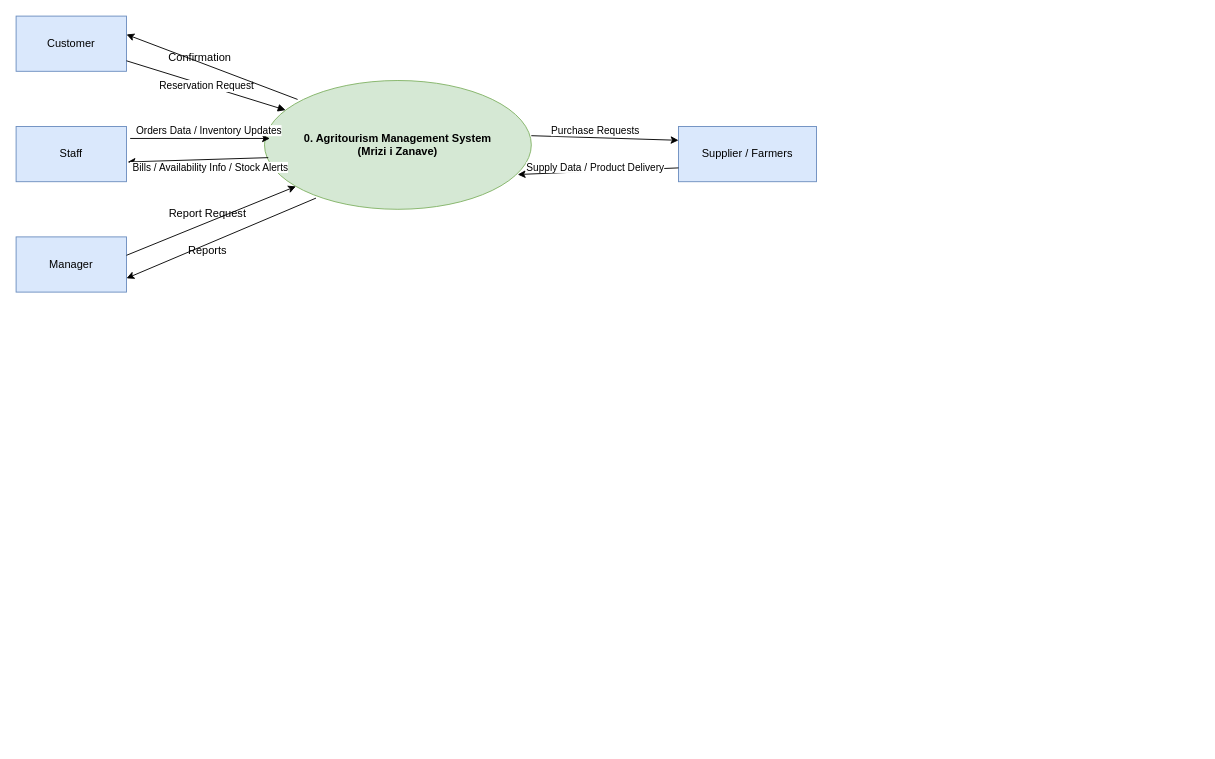
Earlier version of the draw.io diagram Diagrams/DFD Level 0 Diagram.drawio (bajram-haxhiu/AgriSoft). Source tidied: cells renumbered, new cells numbered last; positions are measured from the earlier drawing's top-left corner, leaving out a move shared by most shapes. Both pictures are drawn from the tidied source at 92%, with x=0, y=0 at pixel (16, 16).
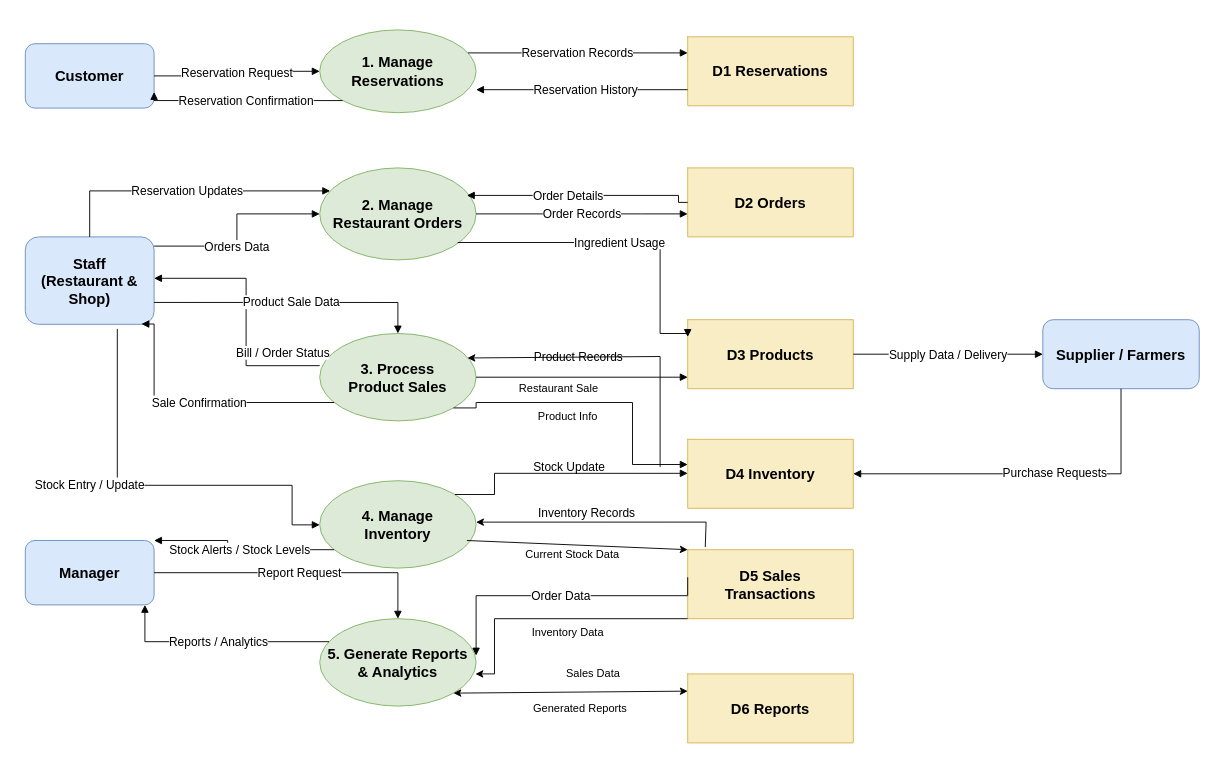
The same diagram, later.

Commit message:
Update DFD Level 1 Diagram.drawio

The edit, as a diff of the source:
```diff
@@
-    <mxCell id="2" value="Customer" style="shape=rectangle;whiteSpace=wrap;html=1;fillColor=#dae8fc;strokeColor=#6c8ebf;" parent="1" vertex="1">
-      <mxGeometry width="120" height="60" as="geometry" />
+    <mxCell id="2" value="Customer" style="rounded=1;whiteSpace=wrap;html=1;fillColor=#d9e8fb;strokeColor=#6c8ebf;fontSize=16;fontStyle=1;" parent="1" vertex="1">
+      <mxGeometry x="10" y="30" width="140" height="70" as="geometry" />
     </mxCell>
-    <mxCell id="3" value="Staff" style="shape=rectangle;whiteSpace=wrap;html=1;fillColor=#dae8fc;strokeColor=#6c8ebf;" parent="1" vertex="1">
-      <mxGeometry y="120" width="120" height="60" as="geometry" />
-    </mxCell>
+    <mxCell id="22" value="Staff&#10;(Restaurant &amp; Shop)" style="rounded=1;whiteSpace=wrap;html=1;fillColor=#d9e8fb;strokeColor=#6c8ebf;fontSize=16;fontStyle=1;" parent="1" vertex="1">
+      <mxGeometry x="10" y="240" width="140" height="95" as="geometry" />
+    </mxCell>
-    <mxCell id="4" value="Manager" style="shape=rectangle;whiteSpace=wrap;html=1;fillColor=#dae8fc;strokeColor=#6c8ebf;" parent="1" vertex="1">
-      <mxGeometry y="240" width="120" height="60" as="geometry" />
+    <mxCell id="4" value="Manager" style="rounded=1;whiteSpace=wrap;html=1;fillColor=#d9e8fb;strokeColor=#6c8ebf;fontSize=16;fontStyle=1;" parent="1" vertex="1">
+      <mxGeometry x="10" y="570" width="140" height="70" as="geometry" />
     </mxCell>
-    <mxCell id="5" value="Supplier / Farmers" style="shape=rectangle;whiteSpace=wrap;html=1;fillColor=#dae8fc;strokeColor=#6c8ebf;" parent="1" vertex="1">
-      <mxGeometry x="720" y="120" width="150" height="60" as="geometry" />
+    <mxCell id="5" value="Supplier / Farmers" style="rounded=1;whiteSpace=wrap;html=1;fillColor=#d9e8fb;strokeColor=#6c8ebf;fontSize=16;fontStyle=1;" parent="1" vertex="1">
+      <mxGeometry x="1116" y="330" width="170" height="75" as="geometry" />
     </mxCell>
-    <mxCell id="6" value="0. Agritourism Management System&#10;(Mrizi i Zanave)" style="ellipse;whiteSpace=wrap;html=1;fillColor=#d5e8d4;strokeColor=#82b366;fontStyle=1;" parent="1" vertex="1">
-      <mxGeometry x="270" y="70" width="290" height="140" as="geometry" />
-    </mxCell>
+    <mxCell id="23" value="1. Manage&#10;Reservations" style="ellipse;whiteSpace=wrap;html=1;fillColor=#dcead7;strokeColor=#82b366;fontSize=16;fontStyle=1;" parent="1" vertex="1">
+      <mxGeometry x="330" y="15" width="170" height="90" as="geometry" />
+    </mxCell>
+    <mxCell id="24" value="2. Manage&#10;Restaurant Orders" style="ellipse;whiteSpace=wrap;html=1;fillColor=#dcead7;strokeColor=#82b366;fontSize=16;fontStyle=1;" parent="1" vertex="1">
+      <mxGeometry x="330" y="165" width="170" height="100" as="geometry" />
+    </mxCell>
+    <mxCell id="25" value="3. Process&#10;Product Sales" style="ellipse;whiteSpace=wrap;html=1;fillColor=#dcead7;strokeColor=#82b366;fontSize=16;fontStyle=1;" parent="1" vertex="1">
+      <mxGeometry x="330" y="345" width="170" height="95" as="geometry" />
+    </mxCell>
+    <mxCell id="26" value="4. Manage&#10;Inventory" style="ellipse;whiteSpace=wrap;html=1;fillColor=#dcead7;strokeColor=#82b366;fontSize=16;fontStyle=1;" parent="1" vertex="1">
+      <mxGeometry x="330" y="505" width="170" height="95" as="geometry" />
+    </mxCell>
+    <mxCell id="27" value="5. Generate Reports&#10;&amp; Analytics" style="ellipse;whiteSpace=wrap;html=1;fillColor=#dcead7;strokeColor=#82b366;fontSize=16;fontStyle=1;" parent="1" vertex="1">
+      <mxGeometry x="330" y="655" width="170" height="95" as="geometry" />
+    </mxCell>
+    <mxCell id="28" value="D1 Reservations" style="shape=partialRectangle;whiteSpace=wrap;html=1;fillColor=#f9edc6;strokeColor=#d6b656;fontSize=16;fontStyle=1;" parent="1" vertex="1">
+      <mxGeometry x="730" y="22.5" width="180" height="75" as="geometry" />
+    </mxCell>
+    <mxCell id="29" value="D2 Orders" style="shape=partialRectangle;whiteSpace=wrap;html=1;fillColor=#f9edc6;strokeColor=#d6b656;fontSize=16;fontStyle=1;" parent="1" vertex="1">
+      <mxGeometry x="730" y="165" width="180" height="75" as="geometry" />
+    </mxCell>
+    <mxCell id="30" value="D3 Products" style="shape=partialRectangle;whiteSpace=wrap;html=1;fillColor=#f9edc6;strokeColor=#d6b656;fontSize=16;fontStyle=1;" parent="1" vertex="1">
+      <mxGeometry x="730" y="330" width="180" height="75" as="geometry" />
+    </mxCell>
+    <mxCell id="31" value="D4 Inventory" style="shape=partialRectangle;whiteSpace=wrap;html=1;fillColor=#f9edc6;strokeColor=#d6b656;fontSize=16;fontStyle=1;" parent="1" vertex="1">
+      <mxGeometry x="730" y="460" width="180" height="75" as="geometry" />
+    </mxCell>
+    <mxCell id="32" value="D5 Sales&#10;Transactions" style="shape=partialRectangle;whiteSpace=wrap;html=1;fillColor=#f9edc6;strokeColor=#d6b656;fontSize=16;fontStyle=1;" parent="1" vertex="1">
+      <mxGeometry x="730" y="580" width="180" height="75" as="geometry" />
+    </mxCell>
-    <mxCell id="7" value="Reservation Request" style="endArrow=block;html=1;rounded=0;" parent="1" edge="1" source="2" target="6">
+    <mxCell id="7" value="Reservation Request" style="edgeStyle=orthogonalEdgeStyle;rounded=0;jettySize=auto;html=1;endArrow=block;fontSize=13;" parent="1" edge="1" source="2" target="23">
       <mxGeometry relative="1" as="geometry" />
     </mxCell>
-    <mxCell id="8" style="endArrow=classic;html=1;rounded=0;entryX=1;entryY=0.5;entryDx=0;entryDy=0;exitX=0.124;exitY=0.147;exitDx=0;exitDy=0;exitPerimeter=0;" parent="1" edge="1" source="6">
-      <mxGeometry relative="1" as="geometry">
-        <mxPoint x="120" y="20" as="targetPoint" />
-      </mxGeometry>
-    </mxCell>
-    <mxCell id="9" value="Confirmation" style="text;html=1;whiteSpace=wrap;strokeColor=none;fillColor=none;align=center;verticalAlign=middle;rounded=0;" parent="1" vertex="1">
-      <mxGeometry x="170" y="30" width="60" height="30" as="geometry" />
-    </mxCell>
-    <mxCell id="10" style="endArrow=classic;html=1;rounded=0;entryX=0.006;entryY=0.364;entryDx=0;entryDy=0;entryPerimeter=0;" parent="1" edge="1">
-      <mxGeometry relative="1" as="geometry">
-        <mxPoint x="124" y="133" as="sourcePoint" />
-        <mxPoint x="275.9" y="133" as="targetPoint" />
-      </mxGeometry>
-    </mxCell>
-    <mxCell id="11" style="endArrow=classic;html=1;rounded=0;entryX=1.01;entryY=0.643;entryDx=0;entryDy=0;entryPerimeter=0;exitX=0.014;exitY=0.599;exitDx=0;exitDy=0;exitPerimeter=0;" parent="1" edge="1" source="6" target="3">
-      <mxGeometry relative="1" as="geometry" />
-    </mxCell>
-    <mxCell id="12" style="endArrow=classic;html=1;rounded=0;entryX=1;entryY=0.75;entryDx=0;entryDy=0;exitX=0.193;exitY=0.913;exitDx=0;exitDy=0;exitPerimeter=0;" parent="1" edge="1" source="6" target="4">
-      <mxGeometry relative="1" as="geometry" />
-    </mxCell>
-    <mxCell id="13" style="endArrow=classic;html=1;rounded=0;entryX=0;entryY=0.25;entryDx=0;entryDy=0;" parent="1" edge="1" target="5">
-      <mxGeometry relative="1" as="geometry">
-        <mxPoint x="560" y="130" as="sourcePoint" />
-      </mxGeometry>
-    </mxCell>
-    <mxCell id="14" style="endArrow=classic;html=1;rounded=0;exitX=0;exitY=0.75;exitDx=0;exitDy=0;entryX=0.949;entryY=0.73;entryDx=0;entryDy=0;entryPerimeter=0;" parent="1" edge="1" source="5" target="6">
-      <mxGeometry relative="1" as="geometry" />
-    </mxCell>
-    <mxCell id="15" value="&lt;span style=&quot;font-size: 11px; white-space: nowrap; background-color: rgb(255, 255, 255);&quot;&gt;&amp;nbsp;Bills / Availability Info / Stock Alerts&lt;/span&gt;" style="text;html=1;whiteSpace=wrap;strokeColor=none;fillColor=none;align=center;verticalAlign=middle;rounded=0;" parent="1" vertex="1">
-      <mxGeometry x="180" y="150" width="60" height="30" as="geometry" />
-    </mxCell>
-    <mxCell id="16" value="&lt;span style=&quot;font-size: 11px; white-space: nowrap; background-color: rgb(255, 255, 255);&quot;&gt;Orders&amp;nbsp;&lt;/span&gt;&lt;span style=&quot;background-color: light-dark(rgb(255, 255, 255), rgb(18, 18, 18)); font-size: 11px; white-space: nowrap; color: light-dark(rgb(0, 0, 0), rgb(255, 255, 255));&quot;&gt;Data / Inventory Updates&lt;/span&gt;" style="text;html=1;whiteSpace=wrap;strokeColor=none;fillColor=none;align=center;verticalAlign=middle;rounded=0;" parent="1" vertex="1">
-      <mxGeometry x="180" y="110" width="60" height="30" as="geometry" />
-    </mxCell>
+    <mxCell id="33" value="Reservation Confirmation" style="edgeStyle=orthogonalEdgeStyle;rounded=0;jettySize=auto;html=1;endArrow=block;fontSize=13;exitX=0;exitY=1;exitDx=0;exitDy=0;entryX=1;entryY=0.75;entryDx=0;entryDy=0;" parent="1" edge="1" source="23" target="2">
+      <mxGeometry x="-0.02" relative="1" as="geometry">
+        <Array as="points">
+          <mxPoint x="150" y="92" />
+        </Array>
+      </mxGeometry>
+    </mxCell>
+    <mxCell id="34" value="Reservation Updates" style="edgeStyle=orthogonalEdgeStyle;rounded=0;jettySize=auto;html=1;endArrow=block;fontSize=13;" parent="1" edge="1" source="22" target="24">
+      <mxGeometry relative="1" as="geometry">
+        <Array as="points">
+          <mxPoint x="80" y="190" />
+        </Array>
+      </mxGeometry>
+    </mxCell>
+    <mxCell id="35" value="Orders Data" style="edgeStyle=orthogonalEdgeStyle;rounded=0;jettySize=auto;html=1;endArrow=block;fontSize=13;" parent="1" edge="1" source="22" target="24">
+      <mxGeometry x="-0.16" relative="1" as="geometry">
+        <Array as="points">
+          <mxPoint x="240" y="250" />
+          <mxPoint x="240" y="215" />
+        </Array>
+        <mxPoint y="1" as="offset" />
+      </mxGeometry>
+    </mxCell>
+    <mxCell id="36" value="Bill / Order Status" style="edgeStyle=orthogonalEdgeStyle;rounded=0;jettySize=auto;html=1;endArrow=block;fontSize=13;exitX=0;exitY=0.368;exitDx=0;exitDy=0;exitPerimeter=0;" parent="1" edge="1" source="25" target="22">
+      <mxGeometry x="-0.32" y="-40" relative="1" as="geometry">
+        <Array as="points">
+          <mxPoint x="250" y="380" />
+          <mxPoint x="250" y="285" />
+        </Array>
+      </mxGeometry>
+    </mxCell>
+    <mxCell id="37" value="Product Sale Data" style="edgeStyle=orthogonalEdgeStyle;rounded=0;jettySize=auto;html=1;endArrow=block;fontSize=13;exitX=1;exitY=0.75;exitDx=0;exitDy=0;" parent="1" edge="1" source="22" target="25">
+      <mxGeometry relative="1" as="geometry" />
+    </mxCell>
+    <mxCell id="38" value="Sale Confirmation" style="edgeStyle=orthogonalEdgeStyle;rounded=0;jettySize=auto;html=1;endArrow=block;fontSize=13;entryX=0.902;entryY=0.997;entryDx=0;entryDy=0;entryPerimeter=0;" parent="1" edge="1" source="25" target="22">
+      <mxGeometry relative="1" as="geometry">
+        <Array as="points">
+          <mxPoint x="150" y="420" />
+          <mxPoint x="150" y="335" />
+        </Array>
+      </mxGeometry>
+    </mxCell>
+    <mxCell id="39" value="Stock Entry / Update" style="edgeStyle=orthogonalEdgeStyle;rounded=0;jettySize=auto;html=1;endArrow=block;fontSize=13;" parent="1" edge="1" target="26">
+      <mxGeometry x="-0.22" y="-30" relative="1" as="geometry">
+        <mxPoint x="110" y="340" as="sourcePoint" />
+        <Array as="points">
+          <mxPoint x="110" y="510" />
+          <mxPoint x="300" y="510" />
+          <mxPoint x="300" y="553" />
+        </Array>
+      </mxGeometry>
+    </mxCell>
+    <mxCell id="40" value="Stock Alerts / Stock Levels" style="edgeStyle=orthogonalEdgeStyle;rounded=0;jettySize=auto;html=1;endArrow=block;fontSize=13;entryX=1;entryY=0;entryDx=0;entryDy=0;" parent="1" edge="1" source="26" target="4">
+      <mxGeometry relative="1" as="geometry">
+        <Array as="points">
+          <mxPoint x="230" y="580" />
+          <mxPoint x="230" y="570" />
+        </Array>
+      </mxGeometry>
+    </mxCell>
+    <mxCell id="19" value="Report Request" style="edgeStyle=orthogonalEdgeStyle;rounded=0;jettySize=auto;html=1;endArrow=block;fontSize=13;" parent="1" edge="1" source="4" target="27">
+      <mxGeometry relative="1" as="geometry" />
+    </mxCell>
+    <mxCell id="41" value="Reports / Analytics" style="edgeStyle=orthogonalEdgeStyle;rounded=0;jettySize=auto;html=1;endArrow=block;fontSize=13;" parent="1" edge="1" source="27" target="4">
+      <mxGeometry relative="1" as="geometry">
+        <Array as="points">
+          <mxPoint x="140" y="680" />
+        </Array>
+      </mxGeometry>
+    </mxCell>
+    <mxCell id="42" value="Reservation Records" style="edgeStyle=orthogonalEdgeStyle;rounded=0;jettySize=auto;html=1;endArrow=block;fontSize=13;" parent="1" edge="1" source="23" target="28">
+      <mxGeometry relative="1" as="geometry">
+        <Array as="points">
+          <mxPoint x="690" y="40" />
+          <mxPoint x="690" y="40" />
+        </Array>
+      </mxGeometry>
+    </mxCell>
+    <mxCell id="43" value="Reservation History" style="edgeStyle=orthogonalEdgeStyle;rounded=0;orthogonalLoop=1;jettySize=auto;html=1;endArrow=block;fontSize=13;" parent="1" edge="1">
+      <mxGeometry x="-0.04" relative="1" as="geometry">
+        <mxPoint x="730" y="80" as="sourcePoint" />
+        <mxPoint x="500" y="80" as="targetPoint" />
+        <mxPoint x="-1" as="offset" />
+      </mxGeometry>
+    </mxCell>
+    <mxCell id="44" value="Order Records" style="edgeStyle=orthogonalEdgeStyle;rounded=0;jettySize=auto;html=1;endArrow=block;fontSize=13;" parent="1" edge="1" source="24" target="29">
+      <mxGeometry relative="1" as="geometry">
+        <Array as="points">
+          <mxPoint x="680" y="215" />
+          <mxPoint x="680" y="215" />
+        </Array>
+      </mxGeometry>
+    </mxCell>
+    <mxCell id="45" value="Order Details" style="edgeStyle=orthogonalEdgeStyle;rounded=0;jettySize=auto;html=1;endArrow=block;fontSize=13;exitX=0;exitY=0.5;exitDx=0;exitDy=0;" parent="1" edge="1" source="29">
+      <mxGeometry x="0.11" relative="1" as="geometry">
+        <mxPoint x="490" y="194.9" as="targetPoint" />
+        <Array as="points">
+          <mxPoint x="720" y="203" />
+          <mxPoint x="720" y="195" />
+        </Array>
+        <mxPoint x="-1" as="offset" />
+      </mxGeometry>
+    </mxCell>
+    <mxCell id="46" value="Ingredient Usage" style="edgeStyle=orthogonalEdgeStyle;rounded=0;jettySize=auto;html=1;endArrow=block;fontSize=13;entryX=0;entryY=0.25;entryDx=0;entryDy=0;curved=0;" parent="1" edge="1" target="30">
+      <mxGeometry relative="1" as="geometry">
+        <mxPoint x="480" y="246.1" as="sourcePoint" />
+        <Array as="points">
+          <mxPoint x="700" y="246" />
+          <mxPoint x="700" y="345" />
+          <mxPoint x="730" y="345" />
+        </Array>
+      </mxGeometry>
+    </mxCell>
+    <mxCell id="47" value="Product Records" style="edgeStyle=orthogonalEdgeStyle;rounded=0;jettySize=auto;html=1;endArrow=block;fontSize=13;" parent="1" edge="1" source="25" target="30">
+      <mxGeometry x="-0.04" y="23" relative="1" as="geometry">
+        <Array as="points">
+          <mxPoint x="700" y="393" />
+          <mxPoint x="700" y="393" />
+        </Array>
+        <mxPoint x="1" as="offset" />
+      </mxGeometry>
+    </mxCell>
+    <mxCell id="48" value="Stock Update" style="edgeStyle=orthogonalEdgeStyle;rounded=0;jettySize=auto;html=1;endArrow=block;fontSize=13;exitX=1;exitY=1;exitDx=0;exitDy=0;" parent="1" edge="1" source="25">
+      <mxGeometry x="-0.21" y="-70" relative="1" as="geometry">
+        <mxPoint x="730" y="487.4" as="targetPoint" />
+        <Array as="points">
+          <mxPoint x="500" y="426" />
+          <mxPoint x="500" y="420" />
+          <mxPoint x="670" y="420" />
+          <mxPoint x="670" y="487" />
+        </Array>
+        <mxPoint x="1" as="offset" />
+      </mxGeometry>
+    </mxCell>
+    <mxCell id="49" value="Inventory Records" style="edgeStyle=orthogonalEdgeStyle;rounded=0;jettySize=auto;html=1;endArrow=block;fontSize=13;" parent="1" edge="1" source="26" target="31">
+      <mxGeometry x="0.2" y="-43" relative="1" as="geometry">
+        <Array as="points">
+          <mxPoint x="520" y="520" />
+          <mxPoint x="520" y="497" />
+        </Array>
+      </mxGeometry>
+    </mxCell>
+    <mxCell id="50" value="Supply Data / Delivery" style="edgeStyle=orthogonalEdgeStyle;rounded=0;jettySize=auto;html=1;endArrow=block;fontSize=13;exitX=1;exitY=0.5;exitDx=0;exitDy=0;entryX=0;entryY=0.5;entryDx=0;entryDy=0;" parent="1" edge="1" source="30" target="5">
+      <mxGeometry relative="1" as="geometry" />
+    </mxCell>
-    <mxCell id="17" value="&lt;span style=&quot;font-size: 11px; white-space: nowrap; background-color: rgb(255, 255, 255);&quot;&gt;Purchase Requests&lt;/span&gt;" style="text;html=1;whiteSpace=wrap;strokeColor=none;fillColor=none;align=center;verticalAlign=middle;rounded=0;" parent="1" vertex="1">
-      <mxGeometry x="600" y="110" width="60" height="30" as="geometry" />
+    <mxCell id="17" value="Purchase Requests" style="edgeStyle=orthogonalEdgeStyle;rounded=0;jettySize=auto;html=1;endArrow=block;fontSize=13;entryX=1;entryY=0.5;entryDx=0;entryDy=0;exitX=0.5;exitY=1;exitDx=0;exitDy=0;" parent="1" edge="1" source="5" target="31">
+      <mxGeometry x="-0.14" relative="1" as="geometry">
+        <Array as="points">
+          <mxPoint x="1201" y="497" />
+        </Array>
+        <mxPoint y="-1" as="offset" />
+      </mxGeometry>
     </mxCell>
-    <mxCell id="18" value="&lt;span style=&quot;font-size: 11px; white-space: nowrap; background-color: rgb(255, 255, 255);&quot;&gt;Supply Data / Product Delivery&lt;/span&gt;" style="text;html=1;whiteSpace=wrap;strokeColor=none;fillColor=none;align=center;verticalAlign=middle;rounded=0;" parent="1" vertex="1">
-      <mxGeometry x="600" y="150" width="60" height="30" as="geometry" />
-    </mxCell>
-    <mxCell id="19" value="Report Request&amp;nbsp;" style="text;html=1;whiteSpace=wrap;strokeColor=none;fillColor=none;align=center;verticalAlign=middle;rounded=0;" parent="1" vertex="1">
-      <mxGeometry x="132" y="200" width="156" height="30" as="geometry" />
-    </mxCell>
-    <mxCell id="20" value="Reports&amp;nbsp;" style="text;html=1;whiteSpace=wrap;strokeColor=none;fillColor=none;align=center;verticalAlign=middle;rounded=0;" parent="1" vertex="1">
-      <mxGeometry x="180" y="240" width="60" height="30" as="geometry" />
-    </mxCell>
-    <mxCell id="21" style="endArrow=classic;html=1;rounded=0;" parent="1" edge="1" target="6">
-      <mxGeometry relative="1" as="geometry">
-        <mxPoint x="120" y="260" as="sourcePoint" />
-      </mxGeometry>
-    </mxCell>
+    <mxCell id="51" value="Order Data" style="edgeStyle=orthogonalEdgeStyle;rounded=0;orthogonalLoop=1;jettySize=auto;html=1;endArrow=block;fontSize=13;" parent="1" edge="1">
+      <mxGeometry relative="1" as="geometry">
+        <mxPoint x="730" y="610" as="sourcePoint" />
+        <mxPoint x="500" y="695.1" as="targetPoint" />
+        <Array as="points">
+          <mxPoint x="730" y="630" />
+          <mxPoint x="500" y="630" />
+        </Array>
+      </mxGeometry>
+    </mxCell>
+    <mxCell id="52" value="D6 Reports" style="shape=partialRectangle;whiteSpace=wrap;html=1;fillColor=#f9edc6;strokeColor=#d6b656;fontSize=16;fontStyle=1;" parent="1" vertex="1">
+      <mxGeometry x="730" y="715" width="180" height="75" as="geometry" />
+    </mxCell>
+    <mxCell id="53" value="Product Info" style="text;html=1;whiteSpace=wrap;strokeColor=none;fillColor=none;align=center;verticalAlign=middle;rounded=0;" parent="1" vertex="1">
+      <mxGeometry x="550" y="420" width="100" height="30" as="geometry" />
+    </mxCell>
+    <mxCell id="54" style="endArrow=classic;html=1;rounded=0;curved=0;entryX=0.945;entryY=0.28;entryDx=0;entryDy=0;entryPerimeter=0;" parent="1" edge="1" target="25">
+      <mxGeometry relative="1" as="geometry">
+        <mxPoint x="700" y="490" as="sourcePoint" />
+        <Array as="points">
+          <mxPoint x="700" y="370" />
+        </Array>
+      </mxGeometry>
+    </mxCell>
+    <mxCell id="55" value="Restaurant Sale" style="text;html=1;whiteSpace=wrap;strokeColor=none;fillColor=none;align=center;verticalAlign=middle;rounded=0;" parent="1" vertex="1">
+      <mxGeometry x="530" y="390" width="120" height="30" as="geometry" />
+    </mxCell>
+    <mxCell id="56" style="endArrow=classic;html=1;rounded=0;entryX=0;entryY=0;entryDx=0;entryDy=0;" parent="1" edge="1" target="32">
+      <mxGeometry relative="1" as="geometry">
+        <mxPoint x="490" y="570" as="sourcePoint" />
+      </mxGeometry>
+    </mxCell>
+    <mxCell id="57" value="Current Stock Data" style="text;html=1;whiteSpace=wrap;strokeColor=none;fillColor=none;align=center;verticalAlign=middle;rounded=0;" parent="1" vertex="1">
+      <mxGeometry x="530" y="570" width="150" height="30" as="geometry" />
+    </mxCell>
+    <mxCell id="58" style="endArrow=classic;html=1;rounded=0;entryX=1;entryY=0.474;entryDx=0;entryDy=0;entryPerimeter=0;exitX=0.106;exitY=-0.038;exitDx=0;exitDy=0;exitPerimeter=0;" parent="1" edge="1" source="32" target="26">
+      <mxGeometry relative="1" as="geometry">
+        <Array as="points">
+          <mxPoint x="750" y="550" />
+        </Array>
+      </mxGeometry>
+    </mxCell>
+    <mxCell id="59" style="endArrow=classic;html=1;rounded=0;exitX=0;exitY=1;exitDx=0;exitDy=0;entryX=0.996;entryY=0.632;entryDx=0;entryDy=0;entryPerimeter=0;curved=0;" parent="1" edge="1" source="32" target="27">
+      <mxGeometry relative="1" as="geometry">
+        <Array as="points">
+          <mxPoint x="520" y="655" />
+          <mxPoint x="520" y="715" />
+        </Array>
+      </mxGeometry>
+    </mxCell>
+    <mxCell id="60" value="Inventory Data" style="text;html=1;whiteSpace=wrap;strokeColor=none;fillColor=none;align=center;verticalAlign=middle;rounded=0;" parent="1" vertex="1">
+      <mxGeometry x="550" y="655" width="100" height="30" as="geometry" />
+    </mxCell>
+    <mxCell id="61" style="endArrow=classic;startArrow=classic;html=1;rounded=0;exitX=1;exitY=1;exitDx=0;exitDy=0;entryX=0;entryY=0.25;entryDx=0;entryDy=0;" parent="1" edge="1" source="27" target="52">
+      <mxGeometry relative="1" as="geometry" />
+    </mxCell>
+    <mxCell id="62" value="Sales Data" style="text;html=1;whiteSpace=wrap;strokeColor=none;fillColor=none;align=center;verticalAlign=middle;rounded=0;" parent="1" vertex="1">
+      <mxGeometry x="575" y="700" width="105" height="30" as="geometry" />
+    </mxCell>
+    <mxCell id="63" value="Generated Reports&amp;nbsp;" style="text;html=1;whiteSpace=wrap;strokeColor=none;fillColor=none;align=center;verticalAlign=middle;rounded=0;" parent="1" vertex="1">
+      <mxGeometry x="540" y="737.5" width="150" height="30" as="geometry" />
+    </mxCell>
```
